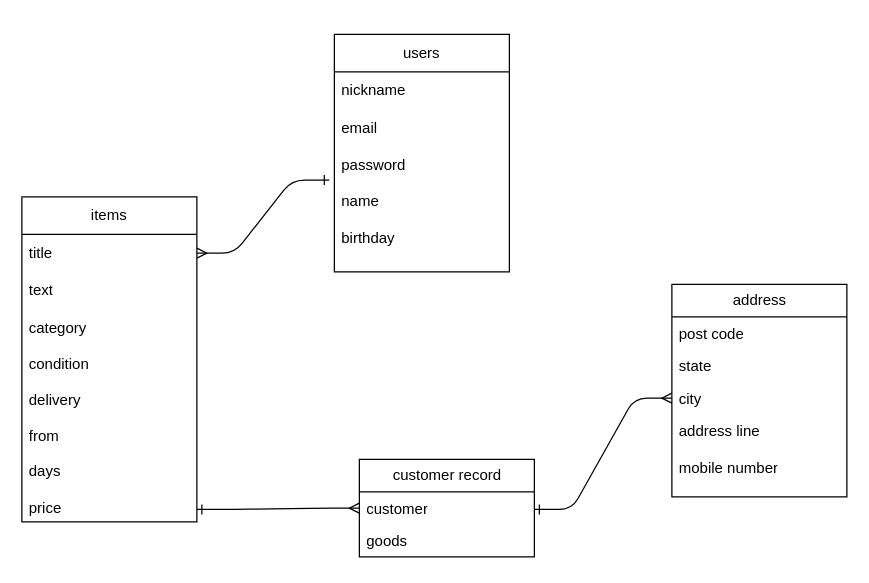
asahiruyoru24h/furima-39093 keeps this draw.io diagram as app/views/test.dio. Above is the earlier version. Source tidied: cells renumbered, new cells numbered last; positions are measured from the earlier drawing's top-left corner, leaving out a move shared by most shapes. Both pictures are drawn from the tidied source at 125%, with x=0, y=0 at pixel (21, 34).
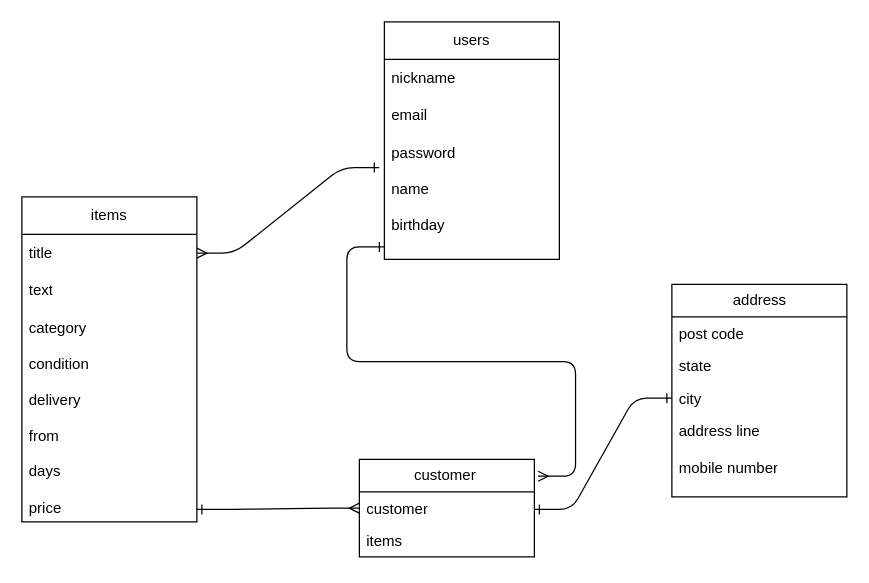
The same diagram, later.

The change refers to these unchanged cells:
```xml
<mxCell id="18" value="city" style="text;strokeColor=none;fillColor=none;align=left;verticalAlign=top;spacingLeft=4;spacingRight=4;overflow=hidden;points=[[0,0.5],[1,0.5]];portConstraint=eastwest;whiteSpace=wrap;html=1;" parent="15" vertex="1">
  <mxGeometry y="78" width="140" height="26" as="geometry" />
</mxCell>
```

What changed in the source:
```diff
@@
     <mxCell id="7" value="users" style="swimlane;fontStyle=0;horizontal=1;startSize=30;whiteSpace=wrap;html=1;" parent="1" vertex="1">
-      <mxGeometry x="250" width="140" height="190" as="geometry" />
+      <mxGeometry x="290" y="-10" width="140" height="190" as="geometry" />
     </mxCell>
-    <mxCell id="8" value="nickname" style="text;strokeColor=none;fillColor=none;align=left;verticalAlign=middle;spacingLeft=4;spacingRight=4;overflow=hidden;whiteSpace=wrap;html=1;" parent="7" vertex="1">
+    <mxCell id="8" value="nickname&lt;br&gt;" style="text;strokeColor=none;fillColor=none;align=left;verticalAlign=middle;spacingLeft=4;spacingRight=4;overflow=hidden;whiteSpace=wrap;html=1;" parent="7" vertex="1">
       <mxGeometry y="30" width="140" height="30" as="geometry" />
     </mxCell>
@@
-    <mxCell id="12" value="customer record" style="swimlane;fontStyle=0;horizontal=1;startSize=26;fillColor=none;html=1;" parent="1" vertex="1">
+    <mxCell id="12" value="customer&amp;nbsp;" style="swimlane;fontStyle=0;horizontal=1;startSize=26;fillColor=none;html=1;" parent="1" vertex="1">
       <mxGeometry x="270" y="340" width="140" height="78" as="geometry" />
     </mxCell>
@@
-    <mxCell id="14" value="goods" style="text;strokeColor=none;fillColor=none;align=left;verticalAlign=top;spacingLeft=4;spacingRight=4;overflow=hidden;whiteSpace=wrap;html=1;" parent="12" vertex="1">
+    <mxCell id="14" value="items" style="text;strokeColor=none;fillColor=none;align=left;verticalAlign=top;spacingLeft=4;spacingRight=4;overflow=hidden;whiteSpace=wrap;html=1;" parent="12" vertex="1">
       <mxGeometry y="52" width="140" height="26" as="geometry" />
     </mxCell>
@@
-    <mxCell id="22" style="edgeStyle=entityRelationEdgeStyle;fontSize=12;html=1;endArrow=ERmany;entryX=0;entryY=0.5;entryDx=0;entryDy=0;startArrow=ERone;startFill=0;" parent="1" edge="1" target="18">
+    <mxCell id="22" style="edgeStyle=entityRelationEdgeStyle;fontSize=12;html=1;endArrow=ERone;entryX=0;entryY=0.5;entryDx=0;entryDy=0;startArrow=ERone;startFill=0;endFill=0;" parent="1" edge="1" target="18">
       <mxGeometry relative="1" as="geometry">
         <mxPoint x="410" y="380" as="sourcePoint" />
       </mxGeometry>
     </mxCell>
+    <mxCell id="23" style="edgeStyle=entityRelationEdgeStyle;fontSize=12;html=1;endArrow=ERone;exitX=1.021;exitY=0.173;exitDx=0;exitDy=0;endFill=0;startArrow=ERmany;startFill=0;exitPerimeter=0;" parent="1" edge="1" source="12">
+      <mxGeometry relative="1" as="geometry">
+        <mxPoint x="290" y="170" as="targetPoint" />
+      </mxGeometry>
+    </mxCell>
```
